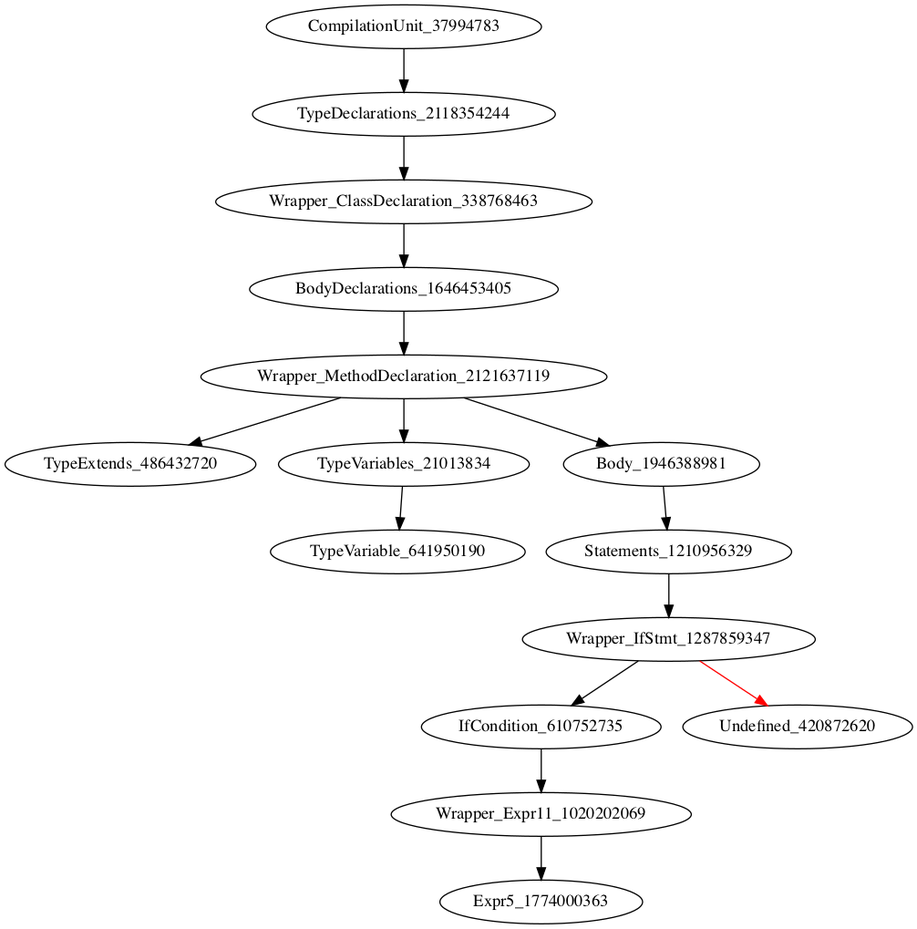
Earlier version of the Graphviz export holeAST.png (icse2023material/VoiceJava). Its source is kept beside it as holeAST.dot.
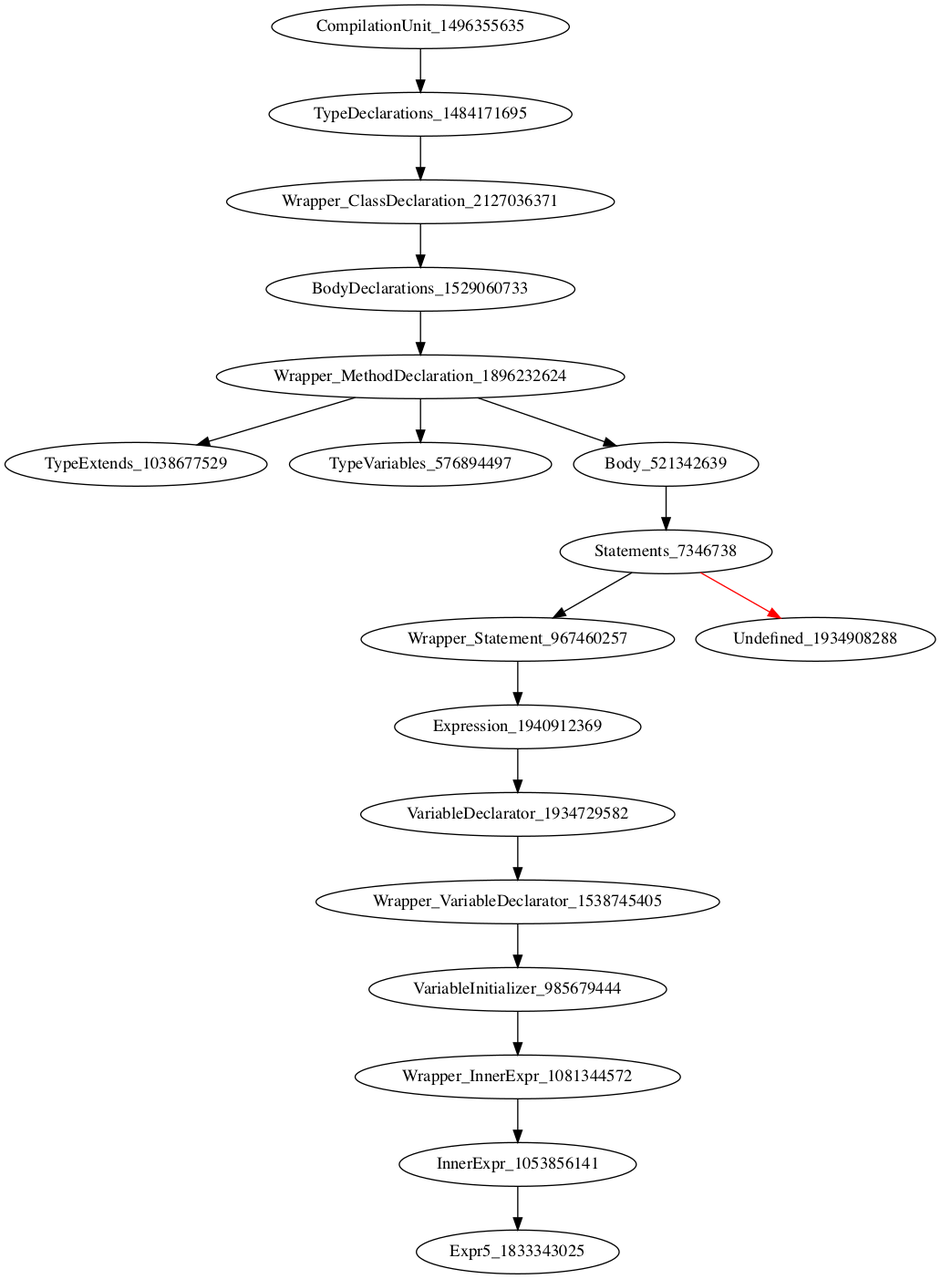
Later version of the same file.

Change to the diagram source:
```diff
@@ -1,16 +1,19 @@
 digraph {
-CompilationUnit_37994783 -> TypeDeclarations_2118354244
-TypeDeclarations_2118354244 -> Wrapper_ClassDeclaration_338768463
-Wrapper_ClassDeclaration_338768463 -> BodyDeclarations_1646453405
-BodyDeclarations_1646453405 -> Wrapper_MethodDeclaration_2121637119
-Wrapper_MethodDeclaration_2121637119 -> TypeExtends_486432720
-Wrapper_MethodDeclaration_2121637119 -> TypeVariables_21013834
-Wrapper_MethodDeclaration_2121637119 -> Body_1946388981
-TypeVariables_21013834 -> TypeVariable_641950190
-Body_1946388981 -> Statements_1210956329
-Statements_1210956329 -> Wrapper_IfStmt_1287859347
-Wrapper_IfStmt_1287859347 -> IfCondition_610752735
-Wrapper_IfStmt_1287859347 -> Undefined_420872620 [color = red]
-IfCondition_610752735 -> Wrapper_Expr11_1020202069
-Wrapper_Expr11_1020202069 -> Expr5_1774000363
+CompilationUnit_1496355635 -> TypeDeclarations_1484171695
+TypeDeclarations_1484171695 -> Wrapper_ClassDeclaration_2127036371
+Wrapper_ClassDeclaration_2127036371 -> BodyDeclarations_1529060733
+BodyDeclarations_1529060733 -> Wrapper_MethodDeclaration_1896232624
+Wrapper_MethodDeclaration_1896232624 -> TypeExtends_1038677529
+Wrapper_MethodDeclaration_1896232624 -> TypeVariables_576894497
+Wrapper_MethodDeclaration_1896232624 -> Body_521342639
+Body_521342639 -> Statements_7346738
+Statements_7346738 -> Wrapper_Statement_967460257
+Statements_7346738 -> Undefined_1934908288 [color = red]
+Wrapper_Statement_967460257 -> Expression_1940912369
+Expression_1940912369 -> VariableDeclarator_1934729582
+VariableDeclarator_1934729582 -> Wrapper_VariableDeclarator_1538745405
+Wrapper_VariableDeclarator_1538745405 -> VariableInitializer_985679444
+VariableInitializer_985679444 -> Wrapper_InnerExpr_1081344572
+Wrapper_InnerExpr_1081344572 -> InnerExpr_1053856141
+InnerExpr_1053856141 -> Expr5_1833343025
 }
```
